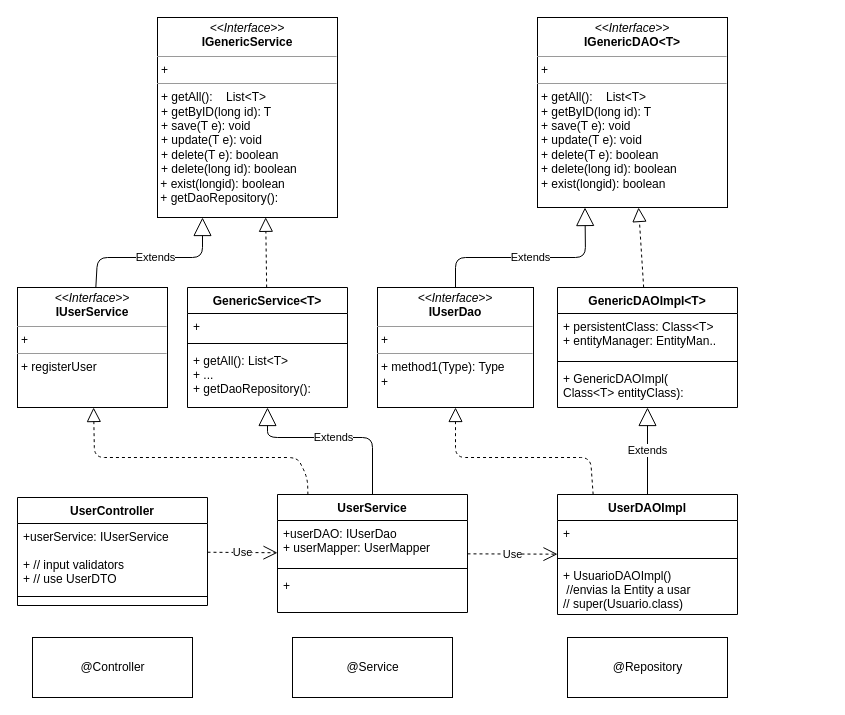
cano92/inventProject keeps this draw.io diagram as readme/estructSpring/estructSpring.drawio. Above is the earlier version. Source tidied: cells renumbered, new cells numbered last; positions are measured from the earlier drawing's top-left corner, leaving out a move shared by most shapes. Both pictures are drawn from the tidied source at 100%, with x=0, y=0 at pixel (17, 17).
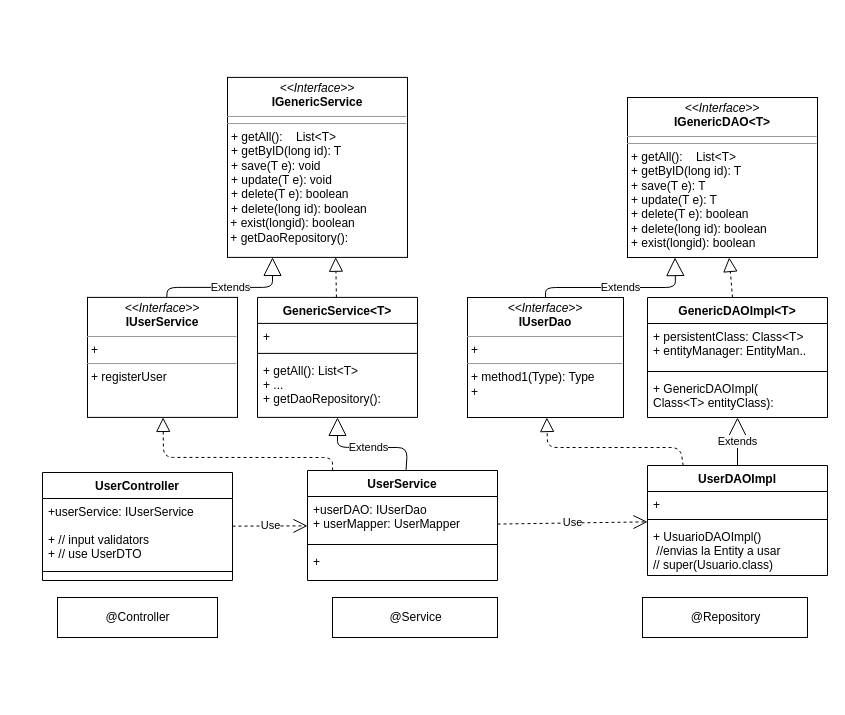
The same diagram, later.

Commit message (it also covers changes not shown here):
agregado de diagrama UML mas modificacion de readme

What changed in the source:
```diff
@@
-    <mxCell id="2" value="&lt;p style=&quot;margin: 0px ; margin-top: 4px ; text-align: center&quot;&gt;&lt;i&gt;&amp;lt;&amp;lt;Interface&amp;gt;&amp;gt;&lt;/i&gt;&lt;br&gt;&lt;b&gt;IGenericDAO&amp;lt;T&amp;gt;&lt;/b&gt;&lt;/p&gt;&lt;hr size=&quot;1&quot;&gt;&lt;p style=&quot;margin: 0px ; margin-left: 4px&quot;&gt;+ &lt;br&gt;&lt;/p&gt;&lt;hr size=&quot;1&quot;&gt;&lt;p style=&quot;margin: 0px ; margin-left: 4px&quot;&gt;+ getAll():&amp;nbsp;&amp;nbsp;&amp;nbsp; List&amp;lt;T&amp;gt;&lt;/p&gt;&lt;p style=&quot;margin: 0px ; margin-left: 4px&quot;&gt;+ getByID(long id): T&lt;/p&gt;&lt;p style=&quot;margin: 0px ; margin-left: 4px&quot;&gt;+ save(T e): void&lt;/p&gt;&lt;p style=&quot;margin: 0px ; margin-left: 4px&quot;&gt;+ update(T e): void&lt;/p&gt;&lt;p style=&quot;margin: 0px ; margin-left: 4px&quot;&gt;+ delete(T e): boolean&lt;/p&gt;&lt;p style=&quot;margin: 0px ; margin-left: 4px&quot;&gt;+ delete(long id): boolean&lt;/p&gt;&lt;p style=&quot;margin: 0px ; margin-left: 4px&quot;&gt;+ exist(longid): boolean&lt;br&gt;&lt;/p&gt;&lt;p style=&quot;margin: 0px ; margin-left: 4px&quot;&gt;&lt;br&gt;&lt;/p&gt;" style="verticalAlign=top;align=left;overflow=fill;fontSize=12;fontFamily=Helvetica;html=1;" parent="1" vertex="1">
-      <mxGeometry x="520" width="190" height="190" as="geometry" />
+    <mxCell id="2" value="&lt;p style=&quot;margin: 0px ; margin-top: 4px ; text-align: center&quot;&gt;&lt;i&gt;&amp;lt;&amp;lt;Interface&amp;gt;&amp;gt;&lt;/i&gt;&lt;br&gt;&lt;b&gt;IGenericDAO&amp;lt;T&amp;gt;&lt;/b&gt;&lt;/p&gt;&lt;hr size=&quot;1&quot;&gt;&lt;hr size=&quot;1&quot;&gt;&lt;p style=&quot;margin: 0px ; margin-left: 4px&quot;&gt;+ getAll():&amp;nbsp;&amp;nbsp;&amp;nbsp; List&amp;lt;T&amp;gt;&lt;/p&gt;&lt;p style=&quot;margin: 0px ; margin-left: 4px&quot;&gt;+ getByID(long id): T&lt;/p&gt;&lt;p style=&quot;margin: 0px ; margin-left: 4px&quot;&gt;+ save(T e): T&lt;br&gt;&lt;/p&gt;&lt;p style=&quot;margin: 0px ; margin-left: 4px&quot;&gt;+ update(T e): T&lt;br&gt;&lt;/p&gt;&lt;p style=&quot;margin: 0px ; margin-left: 4px&quot;&gt;+ delete(T e): boolean&lt;/p&gt;&lt;p style=&quot;margin: 0px ; margin-left: 4px&quot;&gt;+ delete(long id): boolean&lt;/p&gt;&lt;p style=&quot;margin: 0px ; margin-left: 4px&quot;&gt;+ exist(longid): boolean&lt;br&gt;&lt;/p&gt;&lt;p style=&quot;margin: 0px ; margin-left: 4px&quot;&gt;&lt;br&gt;&lt;/p&gt;" style="verticalAlign=top;align=left;overflow=fill;fontSize=12;fontFamily=Helvetica;html=1;" parent="1" vertex="1">
+      <mxGeometry x="610" y="80" width="190" height="160" as="geometry" />
     </mxCell>
     <mxCell id="3" value="GenericDAOImpl&lt;T&gt;" style="swimlane;fontStyle=1;align=center;verticalAlign=top;horizontal=1;startSize=26;" parent="1" vertex="1">
-      <mxGeometry x="540" y="270" width="180" height="120" as="geometry" />
+      <mxGeometry x="630" y="280" width="180" height="120" as="geometry" />
     </mxCell>
@@
     <mxCell id="8" value="&lt;p style=&quot;margin: 0px ; margin-top: 4px ; text-align: center&quot;&gt;&lt;i&gt;&amp;lt;&amp;lt;Interface&amp;gt;&amp;gt;&lt;/i&gt;&lt;br&gt;&lt;b&gt;IUserDao&lt;/b&gt;&lt;/p&gt;&lt;hr size=&quot;1&quot;&gt;&lt;p style=&quot;margin: 0px ; margin-left: 4px&quot;&gt;+ &lt;br&gt;&lt;/p&gt;&lt;hr size=&quot;1&quot;&gt;&lt;p style=&quot;margin: 0px ; margin-left: 4px&quot;&gt;+ method1(Type): Type&lt;/p&gt;&lt;p style=&quot;margin: 0px ; margin-left: 4px&quot;&gt;+&lt;br&gt;&lt;/p&gt;" style="verticalAlign=top;align=left;overflow=fill;fontSize=12;fontFamily=Helvetica;html=1;" parent="1" vertex="1">
-      <mxGeometry x="360" y="270" width="156" height="120" as="geometry" />
+      <mxGeometry x="450" y="280" width="156" height="120" as="geometry" />
     </mxCell>
     <mxCell id="9" value="Extends" style="endArrow=block;endSize=16;endFill=0;html=1;entryX=0.25;entryY=1;entryDx=0;entryDy=0;" parent="1" edge="1" source="8" target="2">
       <mxGeometry relative="1" as="geometry">
         <Array as="points">
-          <mxPoint x="438" y="240" />
-          <mxPoint x="568" y="240" />
+          <mxPoint x="528" y="270" />
+          <mxPoint x="658" y="270" />
         </Array>
       </mxGeometry>
     </mxCell>
     <mxCell id="10" value="UserDAOImpl" style="swimlane;fontStyle=1;align=center;verticalAlign=top;horizontal=1;startSize=26;" parent="1" vertex="1">
-      <mxGeometry x="540" y="477" width="180" height="120" as="geometry" />
+      <mxGeometry x="630" y="448" width="180" height="110" as="geometry" />
     </mxCell>
     <mxCell id="11" value="+ " style="text;strokeColor=none;fillColor=none;align=left;verticalAlign=top;spacingLeft=4;spacingRight=4;overflow=hidden;" parent="10" vertex="1">
-      <mxGeometry y="26" width="180" height="34" as="geometry" />
+      <mxGeometry y="26" width="180" height="24" as="geometry" />
     </mxCell>
     <mxCell id="12" style="line;strokeWidth=1;fillColor=none;align=left;verticalAlign=middle;spacingTop=-1;spacingLeft=3;spacingRight=3;labelPosition=right;" parent="10" vertex="1">
-      <mxGeometry y="60" width="180" height="8" as="geometry" />
+      <mxGeometry y="50" width="180" height="8" as="geometry" />
     </mxCell>
     <mxCell id="13" value="+ UsuarioDAOImpl()&#10; //envias la Entity a usar&#10;// super(Usuario.class)&#10;" style="text;strokeColor=none;fillColor=none;align=left;verticalAlign=top;spacingLeft=4;spacingRight=4;overflow=hidden;" parent="10" vertex="1">
-      <mxGeometry y="68" width="180" height="52" as="geometry" />
+      <mxGeometry y="58" width="180" height="52" as="geometry" />
     </mxCell>
     <mxCell id="14" style="endArrow=block;dashed=1;endFill=0;endSize=12;html=1;exitX=0.198;exitY=0;exitDx=0;exitDy=0;exitPerimeter=0;" parent="1" edge="1" source="10" target="8">
       <mxGeometry relative="1" as="geometry">
         <Array as="points">
-          <mxPoint x="573" y="440" />
-          <mxPoint x="438" y="440" />
+          <mxPoint x="663" y="430" />
+          <mxPoint x="530" y="430" />
         </Array>
       </mxGeometry>
     </mxCell>
@@
     <mxCell id="16" value="@Repository" style="html=1;" parent="1" vertex="1">
-      <mxGeometry x="550" y="620" width="160" height="60" as="geometry" />
+      <mxGeometry x="625" y="580" width="165" height="40" as="geometry" />
     </mxCell>
     <mxCell id="17" value="UserService" style="swimlane;fontStyle=1;align=center;verticalAlign=top;horizontal=1;startSize=26;" parent="1" vertex="1">
-      <mxGeometry x="260" y="477" width="190" height="118" as="geometry" />
+      <mxGeometry x="290" y="453" width="190" height="110" as="geometry" />
     </mxCell>
@@
-    <mxCell id="20" value="+&#10;" style="text;strokeColor=none;fillColor=none;align=left;verticalAlign=top;spacingLeft=4;spacingRight=4;overflow=hidden;" parent="17" vertex="1">
-      <mxGeometry y="78" width="190" height="40" as="geometry" />
+    <mxCell id="20" value="+" style="text;strokeColor=none;fillColor=none;align=left;verticalAlign=top;spacingLeft=4;spacingRight=4;overflow=hidden;" parent="17" vertex="1">
+      <mxGeometry y="78" width="190" height="32" as="geometry" />
     </mxCell>
     <mxCell id="21" value="UserController" style="swimlane;fontStyle=1;align=center;verticalAlign=top;horizontal=1;startSize=26;" parent="1" vertex="1">
-      <mxGeometry y="480" width="190" height="108" as="geometry" />
+      <mxGeometry x="25" y="455" width="190" height="108" as="geometry" />
     </mxCell>
@@
     <mxCell id="24" value="@Service" style="html=1;" parent="1" vertex="1">
-      <mxGeometry x="275" y="620" width="160" height="60" as="geometry" />
+      <mxGeometry x="315" y="580" width="165" height="40" as="geometry" />
     </mxCell>
     <mxCell id="25" value="@Controller" style="html=1;" parent="1" vertex="1">
-      <mxGeometry x="15" y="620" width="160" height="60" as="geometry" />
+      <mxGeometry x="40" y="580" width="160" height="40" as="geometry" />
     </mxCell>
     <mxCell id="26" value="&lt;p style=&quot;margin: 0px ; margin-top: 4px ; text-align: center&quot;&gt;&lt;i&gt;&amp;lt;&amp;lt;Interface&amp;gt;&amp;gt;&lt;/i&gt;&lt;br&gt;&lt;b&gt;IUserService&lt;/b&gt;&lt;/p&gt;&lt;hr size=&quot;1&quot;&gt;&lt;p style=&quot;margin: 0px ; margin-left: 4px&quot;&gt;+ &lt;br&gt;&lt;/p&gt;&lt;hr size=&quot;1&quot;&gt;&lt;p style=&quot;margin: 0px ; margin-left: 4px&quot;&gt;+ registerUser&lt;br&gt;&lt;/p&gt;" style="verticalAlign=top;align=left;overflow=fill;fontSize=12;fontFamily=Helvetica;html=1;" parent="1" vertex="1">
-      <mxGeometry y="270" width="150" height="120" as="geometry" />
+      <mxGeometry x="70" y="279.9" width="150" height="120" as="geometry" />
     </mxCell>
-    <mxCell id="27" style="endArrow=block;dashed=1;endFill=0;endSize=12;html=1;exitX=0.16;exitY=0.001;exitDx=0;exitDy=0;exitPerimeter=0;" parent="1" edge="1" source="17" target="26">
+    <mxCell id="27" style="endArrow=block;dashed=1;endFill=0;endSize=12;html=1;exitX=0.132;exitY=0;exitDx=0;exitDy=0;exitPerimeter=0;" parent="1" edge="1" source="17" target="26">
       <mxGeometry relative="1" as="geometry">
         <Array as="points">
-          <mxPoint x="290" y="460" />
-          <mxPoint x="280" y="440" />
-          <mxPoint x="77" y="440" />
+          <mxPoint x="315" y="440" />
+          <mxPoint x="146" y="439.9" />
         </Array>
       </mxGeometry>
     </mxCell>
@@
-    <mxCell id="30" value="&lt;p style=&quot;margin: 0px ; margin-top: 4px ; text-align: center&quot;&gt;&lt;i&gt;&amp;lt;&amp;lt;Interface&amp;gt;&amp;gt;&lt;/i&gt;&lt;br&gt;&lt;b&gt;IGenericService&lt;/b&gt;&lt;br&gt;&lt;/p&gt;&lt;hr size=&quot;1&quot;&gt;&lt;p style=&quot;margin: 0px ; margin-left: 4px&quot;&gt;+&lt;br&gt;&lt;/p&gt;&lt;hr size=&quot;1&quot;&gt;&lt;p style=&quot;margin: 0px ; margin-left: 4px&quot;&gt;+ getAll():&amp;nbsp;&amp;nbsp;&amp;nbsp; List&amp;lt;T&amp;gt;&lt;/p&gt;&lt;p style=&quot;margin: 0px ; margin-left: 4px&quot;&gt;+ getByID(long id): T&lt;/p&gt;&lt;p style=&quot;margin: 0px ; margin-left: 4px&quot;&gt;+ save(T e): void&lt;/p&gt;&lt;p style=&quot;margin: 0px ; margin-left: 4px&quot;&gt;+ update(T e): void&lt;/p&gt;&lt;p style=&quot;margin: 0px ; margin-left: 4px&quot;&gt;+ delete(T e): boolean&lt;/p&gt;&lt;p style=&quot;margin: 0px ; margin-left: 4px&quot;&gt;+ delete(long id): boolean&lt;/p&gt;&lt;div&gt;&amp;nbsp;+ exist(longid): boolean&lt;/div&gt;&lt;div&gt;&amp;nbsp;+ getDaoRepository(): &lt;br&gt;&lt;/div&gt;" style="verticalAlign=top;align=left;overflow=fill;fontSize=12;fontFamily=Helvetica;html=1;" parent="1" vertex="1">
-      <mxGeometry x="140" width="180" height="200" as="geometry" />
+    <mxCell id="30" value="&lt;p style=&quot;margin: 0px ; margin-top: 4px ; text-align: center&quot;&gt;&lt;i&gt;&amp;lt;&amp;lt;Interface&amp;gt;&amp;gt;&lt;/i&gt;&lt;br&gt;&lt;b&gt;IGenericService&lt;/b&gt;&lt;br&gt;&lt;/p&gt;&lt;hr size=&quot;1&quot;&gt;&lt;hr size=&quot;1&quot;&gt;&lt;p style=&quot;margin: 0px ; margin-left: 4px&quot;&gt;+ getAll():&amp;nbsp;&amp;nbsp;&amp;nbsp; List&amp;lt;T&amp;gt;&lt;/p&gt;&lt;p style=&quot;margin: 0px ; margin-left: 4px&quot;&gt;+ getByID(long id): T&lt;/p&gt;&lt;p style=&quot;margin: 0px ; margin-left: 4px&quot;&gt;+ save(T e): void&lt;/p&gt;&lt;p style=&quot;margin: 0px ; margin-left: 4px&quot;&gt;+ update(T e): void&lt;/p&gt;&lt;p style=&quot;margin: 0px ; margin-left: 4px&quot;&gt;+ delete(T e): boolean&lt;/p&gt;&lt;p style=&quot;margin: 0px ; margin-left: 4px&quot;&gt;+ delete(long id): boolean&lt;/p&gt;&lt;div&gt;&amp;nbsp;+ exist(longid): boolean&lt;/div&gt;&lt;div&gt;&amp;nbsp;+ getDaoRepository(): &lt;br&gt;&lt;/div&gt;" style="verticalAlign=top;align=left;overflow=fill;fontSize=12;fontFamily=Helvetica;html=1;" parent="1" vertex="1">
+      <mxGeometry x="210" y="59.9" width="180" height="180" as="geometry" />
     </mxCell>
     <mxCell id="31" value="GenericService&lt;T&gt;" style="swimlane;fontStyle=1;align=center;verticalAlign=top;horizontal=1;startSize=26;" parent="1" vertex="1">
-      <mxGeometry x="170" y="270" width="160" height="120" as="geometry" />
+      <mxGeometry x="240" y="279.9" width="160" height="120" as="geometry" />
     </mxCell>
@@
     <mxCell id="35" value="Extends" style="endArrow=block;endSize=16;endFill=0;html=1;" parent="1" edge="1" source="17" target="31">
       <mxGeometry relative="1" as="geometry">
         <Array as="points">
-          <mxPoint x="355" y="420" />
-          <mxPoint x="250" y="420" />
+          <mxPoint x="390" y="430" />
+          <mxPoint x="320" y="429.9" />
         </Array>
       </mxGeometry>
     </mxCell>
     <mxCell id="36" value="Extends" style="endArrow=block;endSize=16;endFill=0;html=1;entryX=0.25;entryY=1;entryDx=0;entryDy=0;" parent="1" edge="1" source="26" target="30">
       <mxGeometry relative="1" as="geometry">
         <Array as="points">
-          <mxPoint x="80" y="240" />
-          <mxPoint x="185" y="240" />
+          <mxPoint x="150" y="269.9" />
+          <mxPoint x="255" y="269.9" />
         </Array>
       </mxGeometry>
     </mxCell>
```
